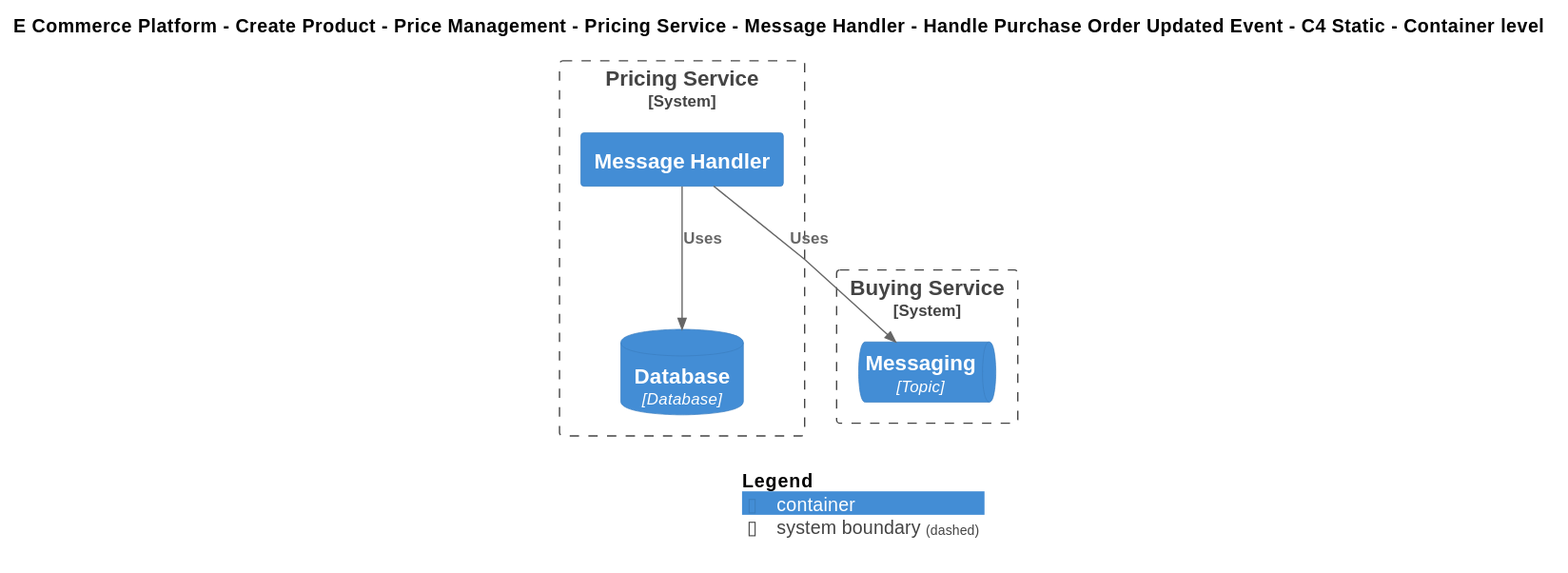
This is Samples/E-Commerce Platform/Yaml/Diagrams/E Commerce Platform/Create Product/Price Management/Software Systems/Pricing Service/Containers/Message Handler/Interfaces/Handle Purchase Order Updated Event/Container - C4 Static.svg from mnadenysenko/C4InterFlow, a PlantUML export, as it was before one commit.
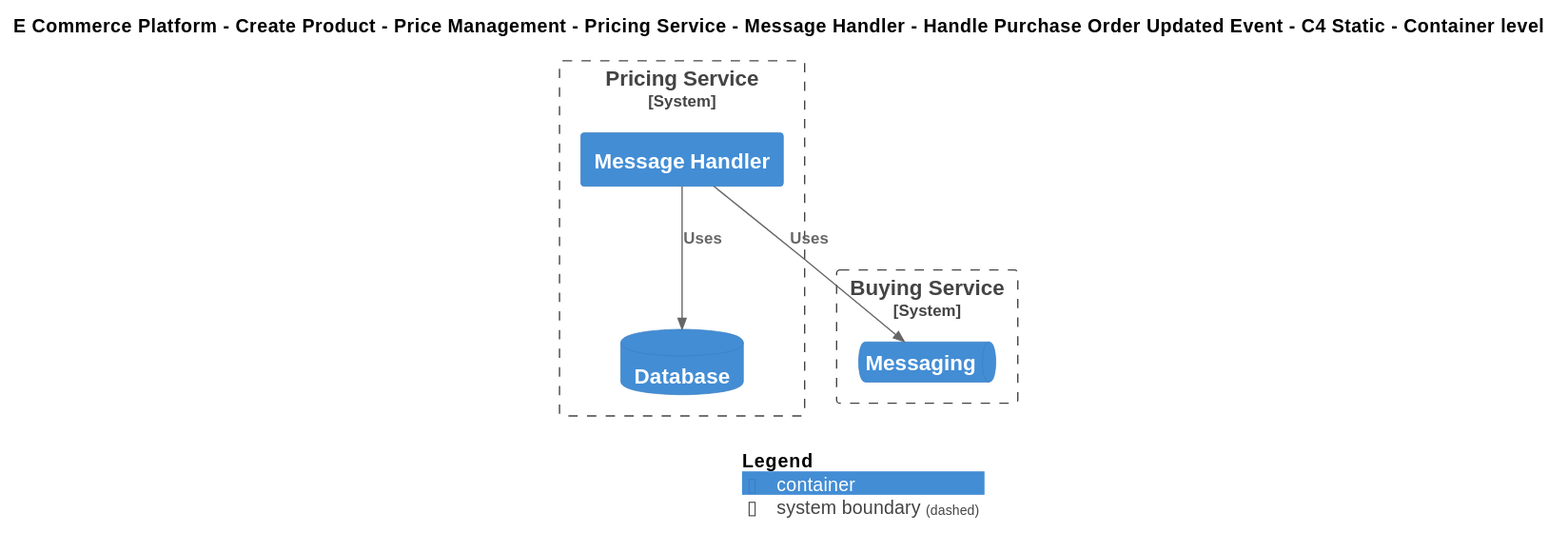
Later version of the same file.

The edit, as a diff of the source:
```diff
@@ -19,11 +19,11 @@
 
 System_Boundary(ECommercePlatform.CreateProduct.PriceManagement.SoftwareSystems.PricingService, "Pricing Service") {
     Container(ECommercePlatform.CreateProduct.PriceManagement.SoftwareSystems.PricingService.Containers.MessageHandler, "Message Handler", "", "")
-    ContainerDb(ECommercePlatform.CreateProduct.PriceManagement.SoftwareSystems.PricingService.Containers.Database, "Database", "Database", "")
+    ContainerDb(ECommercePlatform.CreateProduct.PriceManagement.SoftwareSystems.PricingService.Containers.Database, "Database", "", "")
 }
 
 System_Boundary(ECommercePlatform.CreateProduct.BuyingAndMerchandising.SoftwareSystems.BuyingService, "Buying Service") {
-    ContainerQueue(ECommercePlatform.CreateProduct.BuyingAndMerchandising.SoftwareSystems.BuyingService.Containers.Messaging, "Messaging", "Topic", "")
+    ContainerQueue(ECommercePlatform.CreateProduct.BuyingAndMerchandising.SoftwareSystems.BuyingService.Containers.Messaging, "Messaging", "", "")
 }
 
 Rel(ECommercePlatform.CreateProduct.PriceManagement.SoftwareSystems.PricingService.Containers.MessageHandler, ECommercePlatform.CreateProduct.BuyingAndMerchandising.SoftwareSystems.BuyingService.Containers.Messaging, "Uses")
```
